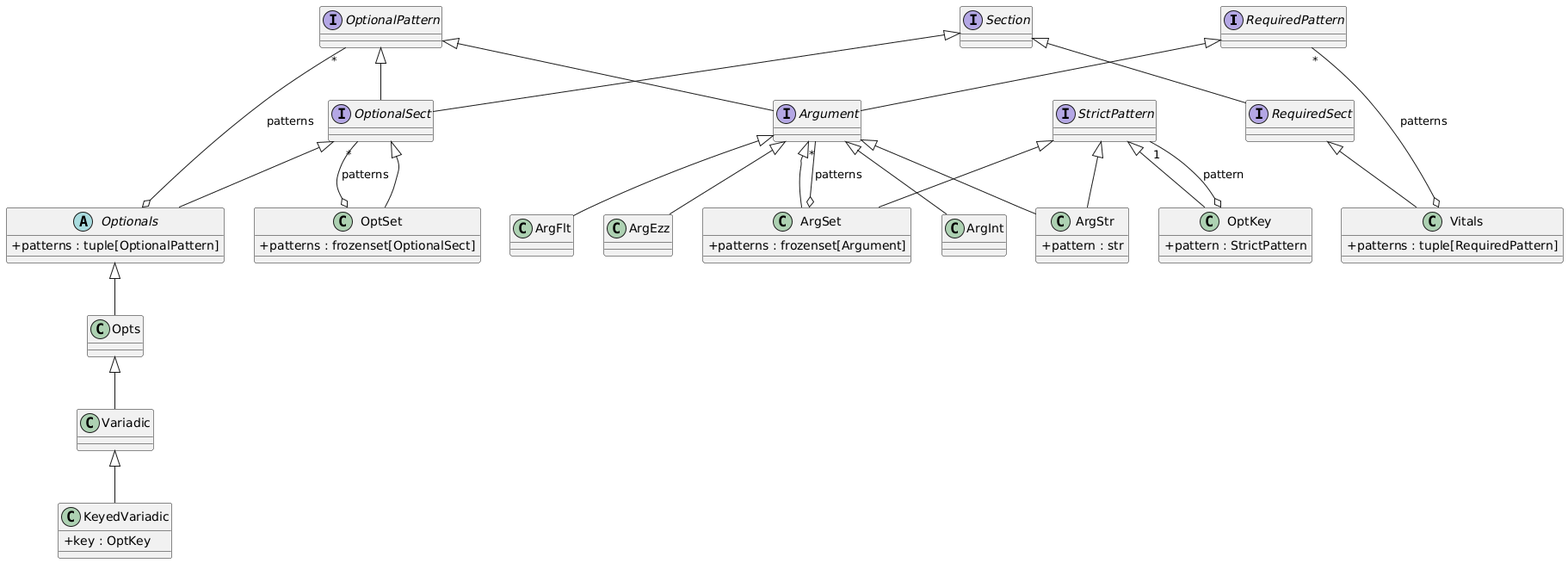
Before: doc/protocol/RC-application.patterns.png, a diagram exported from PlantUML (petru-braha/RC-application).
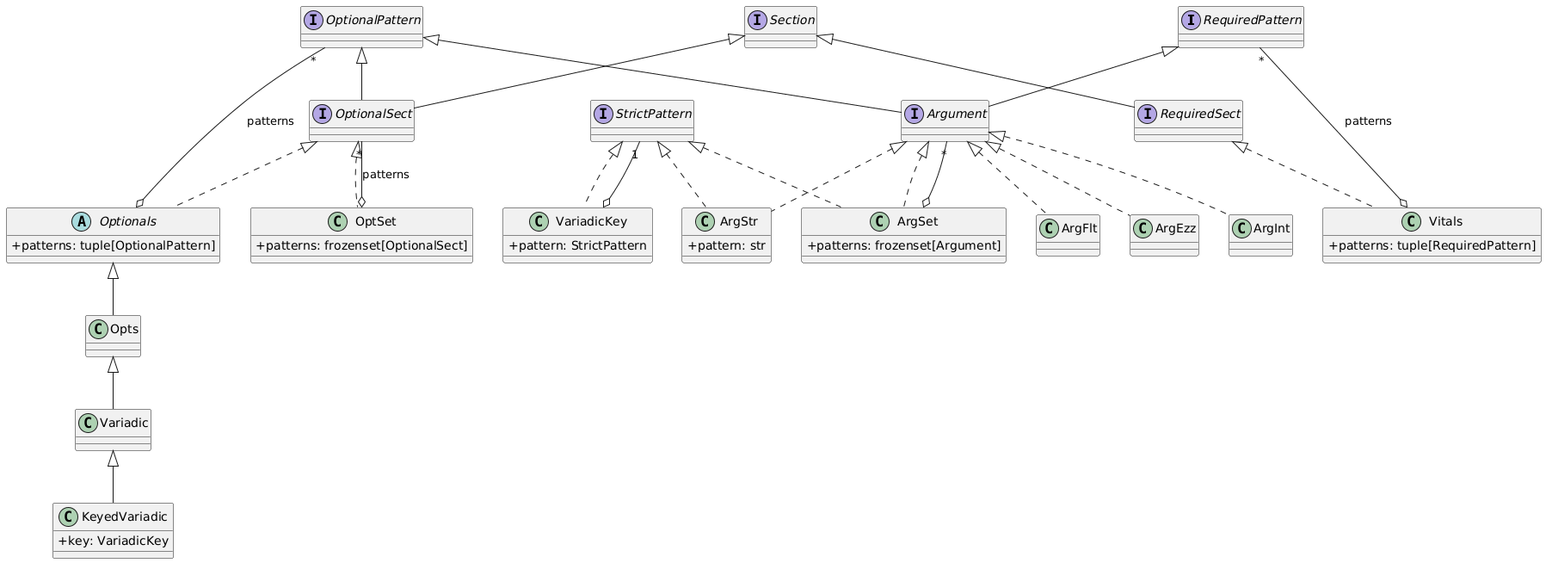
After the commit.

Commit message:
update: implements arrow, not extends for interfaces

The edit, as a diff of the source:
```diff
@@ -25,15 +25,15 @@
 }
 
 class ArgStr {
-  +pattern : str
+  +pattern: str
 }
 
 class ArgSet {
-  +patterns : frozenset[Argument]
+  +patterns: frozenset[Argument]
 }
 
-class OptKey {
-  +pattern : StrictPattern
+class VariadicKey {
+  +pattern: StrictPattern
 }
 
 interface Section {
@@ -43,18 +43,18 @@
 }
 
 class Vitals {
-  +patterns : tuple[RequiredPattern]
+  +patterns: tuple[RequiredPattern]
 }
 
 interface OptionalSect {
 }
 
 class OptSet {
-  +patterns : frozenset[OptionalSect]
+  +patterns: frozenset[OptionalSect]
 }
 
 abstract class Optionals {
-  +patterns : tuple[OptionalPattern]
+  +patterns: tuple[OptionalPattern]
 }
 
 class Opts {
@@ -64,45 +64,44 @@
 }
 
 class KeyedVariadic {
-  +key : OptKey
+  +key: VariadicKey
 }
 
 
 RequiredPattern <|-- Argument
 OptionalPattern <|-- Argument
 
-Argument <|-- ArgEzz
-Argument <|-- ArgInt
-Argument <|-- ArgFlt
-Argument <|-- ArgStr
-StrictPattern <|-- ArgStr
-Argument <|-- ArgSet
-StrictPattern <|-- ArgSet
-
-StrictPattern <|-- OptKey
+Argument <|.. ArgEzz
+Argument <|.. ArgInt
+Argument <|.. ArgFlt
+Argument <|.. ArgStr
+StrictPattern <|.. ArgStr
+Argument <|.. ArgSet
+StrictPattern <|.. ArgSet
+StrictPattern <|.. VariadicKey
 
 
 Section <|-- RequiredSect
 Section <|-- OptionalSect
 OptionalPattern <|-- OptionalSect
 
-RequiredSect <|-- Vitals
-OptionalSect <|-- Optionals
-OptionalSect <|-- OptSet
+RequiredSect <|.. Vitals
+OptionalSect <|.. Optionals
+OptionalSect <|.. OptSet
 
 Optionals <|-- Opts
 Opts <|-- Variadic
 Variadic <|-- KeyedVariadic
 
 
-OptKey o-up- "1" StrictPattern : pattern
+VariadicKey o-up- "1" StrictPattern
 
-ArgSet o-up- "*" Argument : patterns
+ArgSet o-up- "*" Argument
 
 
-Vitals o-up- "*" RequiredPattern : patterns
+Vitals o-up- "*" RequiredPattern: patterns
 
-OptSet o-up- "*" OptionalSect : patterns
+OptSet o-up- "*" OptionalSect: patterns
 
-Optionals o-up- "*" OptionalPattern : patterns
+Optionals o-up- "*" OptionalPattern: patterns
 @enduml
```
